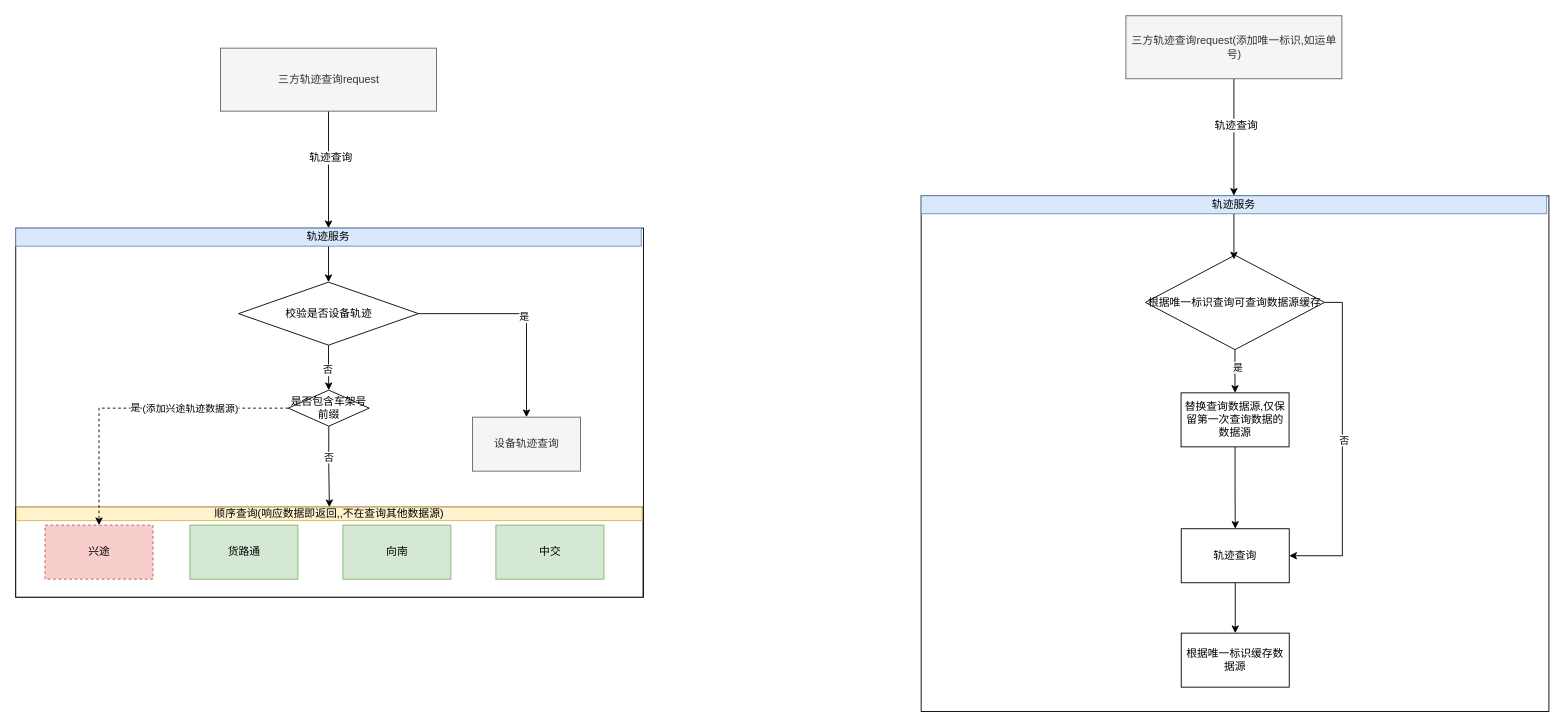
Earlier version of the draw.io diagram 车架号查询兴途.drawio (YangZhenli-git/draw_picture). Source tidied: cells renumbered, new cells numbered last; positions are measured from the earlier drawing's top-left corner, leaving out a move shared by most shapes. Both pictures are drawn from the tidied source at 90%, with x=0, y=0 at pixel (15, 15).
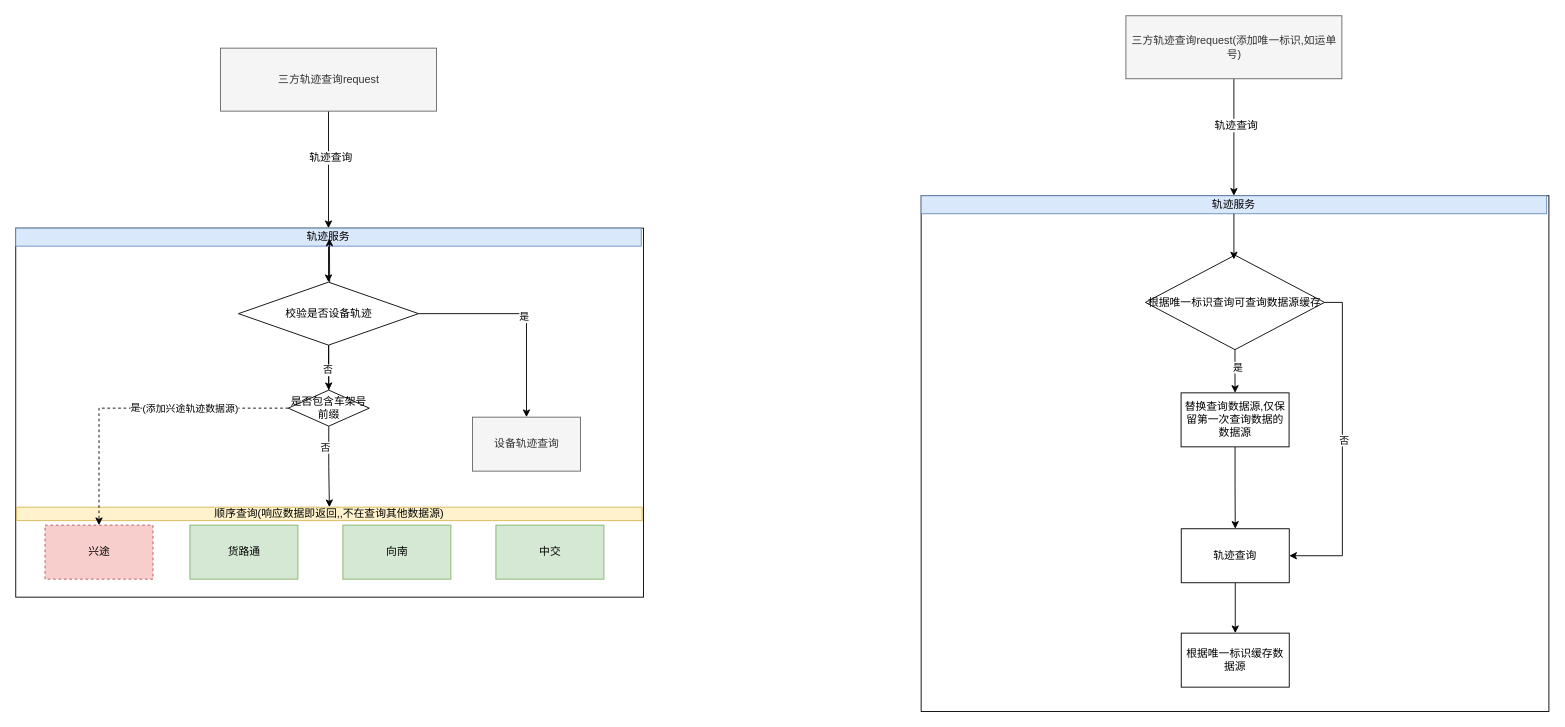
The same page after the edit.

Commit message:
更新车架号查询兴途.drawio

The change refers to these unchanged cells:
```xml
<mxCell id="12" value="顺序查询(响应数据即返回,,不在查询其他数据源)" style="rounded=0;whiteSpace=wrap;html=1;fillColor=#fff2cc;strokeColor=#d6b656;" parent="1" vertex="1">
  <mxGeometry x="1" y="546" width="695" height="15" as="geometry" />
</mxCell>
<mxCell id="18" value="是否包含车架号前缀" style="rhombus;whiteSpace=wrap;html=1;" parent="1" vertex="1">
  <mxGeometry x="302.8" y="416" width="90" height="40" as="geometry" />
</mxCell>
```

Diff of the diagram source:
```diff
@@
-    <mxCell id="8" style="rounded=0;whiteSpace=wrap;html=1;" parent="1" vertex="1">
-      <mxGeometry y="546" width="697" height="100" as="geometry" />
-    </mxCell>
@@
-    <mxCell id="16" style="edgeStyle=orthogonalEdgeStyle;rounded=0;jettySize=auto;html=1;" parent="1" edge="1" source="18" target="8">
-      <mxGeometry relative="1" as="geometry" />
+    <mxCell id="16" style="edgeStyle=orthogonalEdgeStyle;rounded=0;jettySize=auto;html=1;" parent="1" edge="1" source="18">
+      <mxGeometry relative="1" as="geometry">
+        <mxPoint x="348.5" y="247.5" as="targetPoint" />
+      </mxGeometry>
     </mxCell>
@@
+    <mxCell id="41" style="edgeStyle=orthogonalEdgeStyle;rounded=0;jettySize=auto;html=1;entryX=0.5;entryY=0;entryDx=0;entryDy=0;" parent="1" edge="1" source="18" target="12">
+      <mxGeometry relative="1" as="geometry" />
+    </mxCell>
+    <mxCell id="42" value="否" style="edgeLabel;html=1;align=center;verticalAlign=middle;" parent="41" vertex="1">
+      <mxGeometry x="-0.49" y="-4" relative="1" as="geometry" />
+    </mxCell>
```
